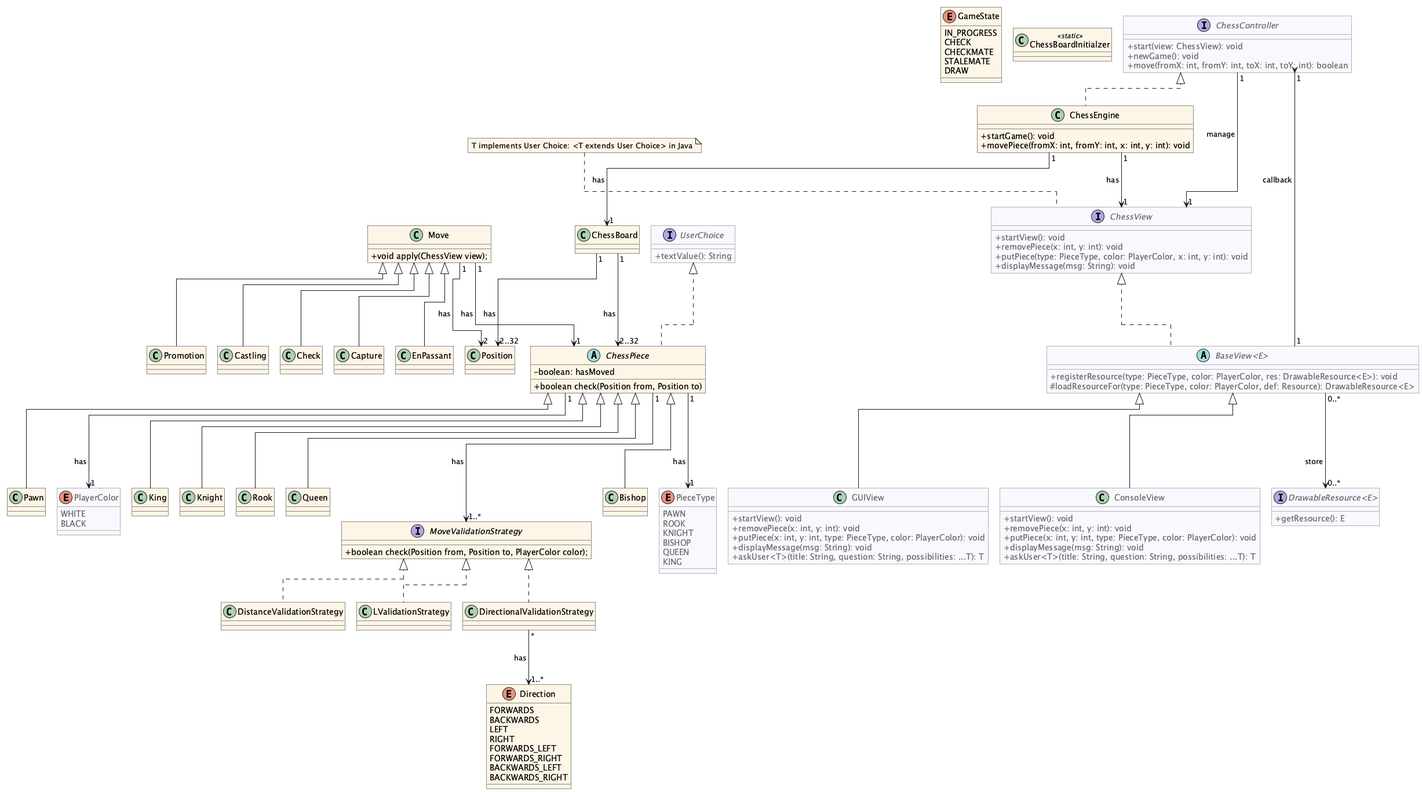
The PlantUML diagram docs/uml.png in HEIG-VD-BA3-POO/labo08, before a commit.
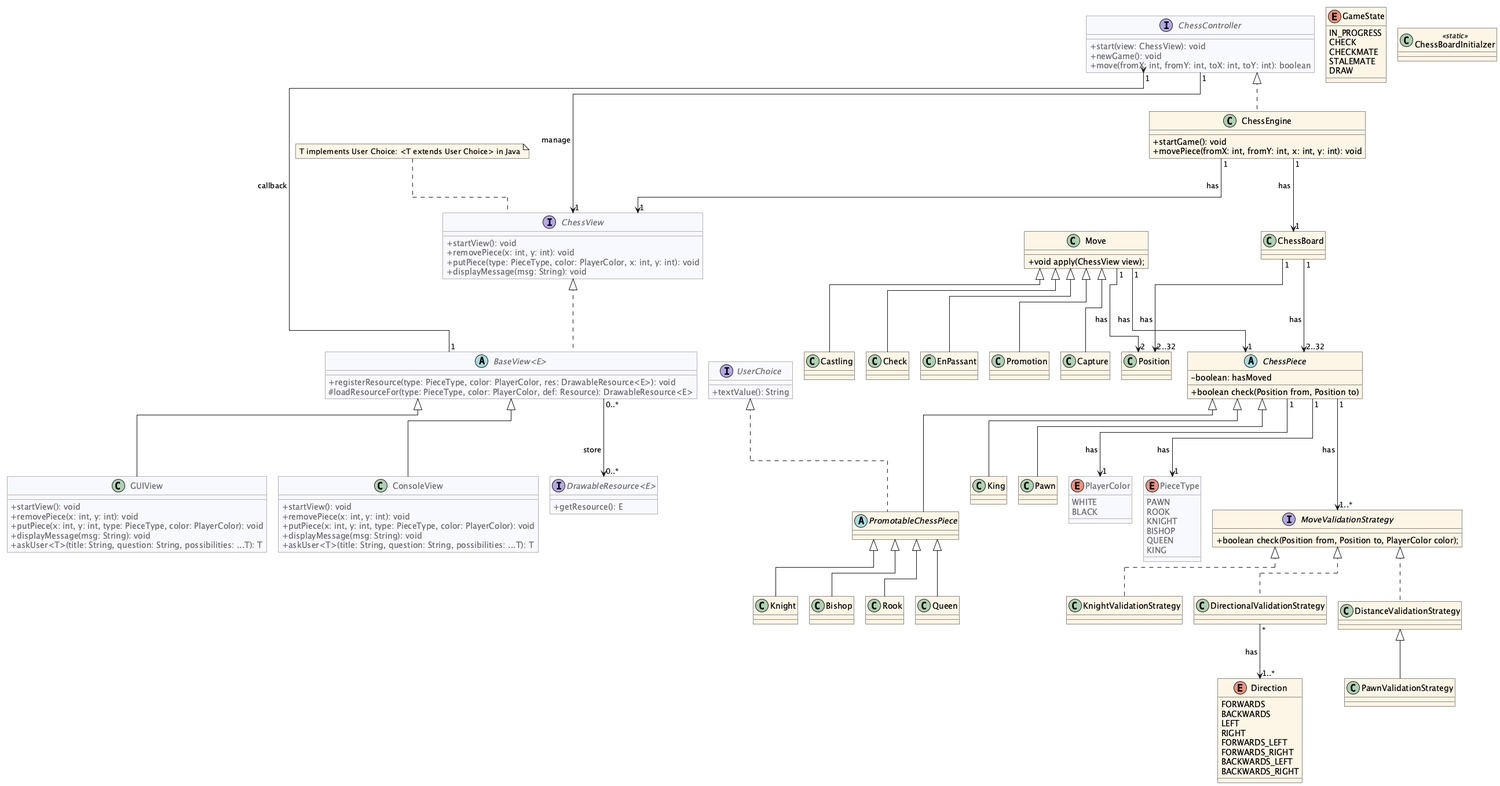
After the change.

Commit message:
Implement KnightValidationStrategy

The edit, as a diff of the source:
```diff
@@ -99,15 +99,16 @@
     KING
 }
 
-abstract class ChessPiece implements UserChoice {
+abstract class ChessPiece {
     - boolean: hasMoved
     + boolean check(Position from, Position to)
 }
+abstract class PromotableChessPiece extends ChessPiece implements UserChoice {}
 class Pawn extends ChessPiece {}
-class Rook extends ChessPiece {}
-class Knight extends ChessPiece {}
-class Bishop extends ChessPiece {}
-class Queen extends ChessPiece {}
+class Rook extends PromotableChessPiece {}
+class Knight extends PromotableChessPiece {}
+class Bishop extends PromotableChessPiece {}
+class Queen extends PromotableChessPiece {}
 class King extends ChessPiece {}
 
 
@@ -115,8 +116,9 @@
     + boolean check(Position from, Position to, PlayerColor color);
 }
 class DirectionalValidationStrategy implements MoveValidationStrategy {}
-class LValidationStrategy implements MoveValidationStrategy {}
+class KnightValidationStrategy implements MoveValidationStrategy {}
 class DistanceValidationStrategy implements MoveValidationStrategy {}
+class PawnValidationStrategy extends DistanceValidationStrategy {}
 
 enum Direction {
     FORWARDS
```
